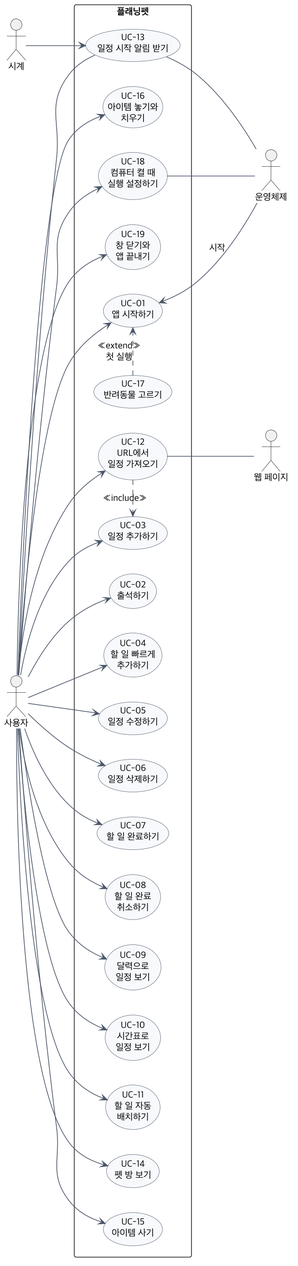
Earlier version of the PlantUML export docs/diagrams/usecase.png (2026-2-software-system-design-11/planning-pet-app).
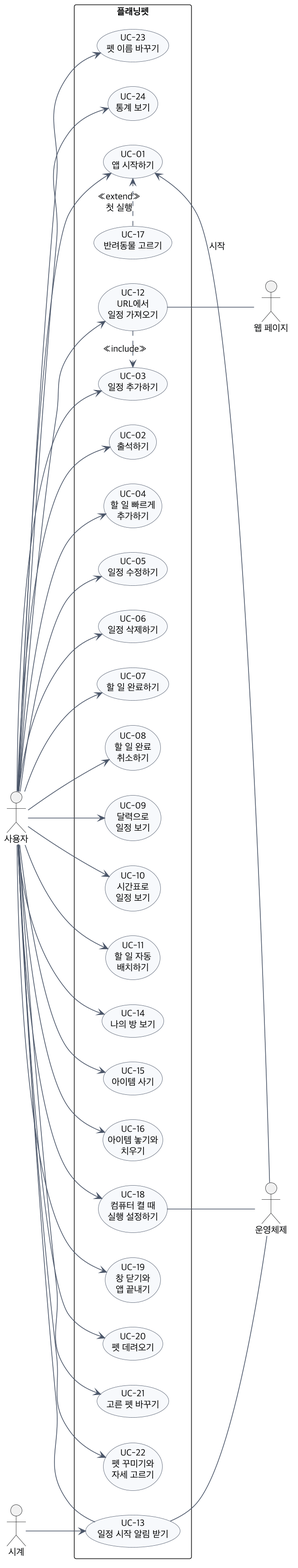
The same file after the commit.

Change to the diagram source:
```diff
@@ -32,11 +32,16 @@
   usecase "UC-11\n할 일 자동\n배치하기" as UC11
   usecase "UC-12\nURL에서\n일정 가져오기" as UC12
   usecase "UC-13\n일정 시작 알림 받기" as UC13
-  usecase "UC-14\n펫 방 보기" as UC14
+  usecase "UC-14\n나의 방 보기" as UC14
   usecase "UC-15\n아이템 사기" as UC15
   usecase "UC-16\n아이템 놓기와\n치우기" as UC16
   usecase "UC-18\n컴퓨터 켤 때\n실행 설정하기" as UC18
   usecase "UC-19\n창 닫기와\n앱 끝내기" as UC19
+  usecase "UC-20\n펫 데려오기" as UC20
+  usecase "UC-21\n고른 펫 바꾸기" as UC21
+  usecase "UC-22\n펫 꾸미기와\n자세 고르기" as UC22
+  usecase "UC-23\n펫 이름 바꾸기" as UC23
+  usecase "UC-24\n통계 보기" as UC24
 }
 
 User --> UC01
@@ -56,6 +61,11 @@
 User --> UC16
 User --> UC18
 User --> UC19
+User --> UC20
+User --> UC21
+User --> UC22
+User --> UC23
+User --> UC24
 Clock --> UC13
 
 UC01 <-- OS : 시작
```
